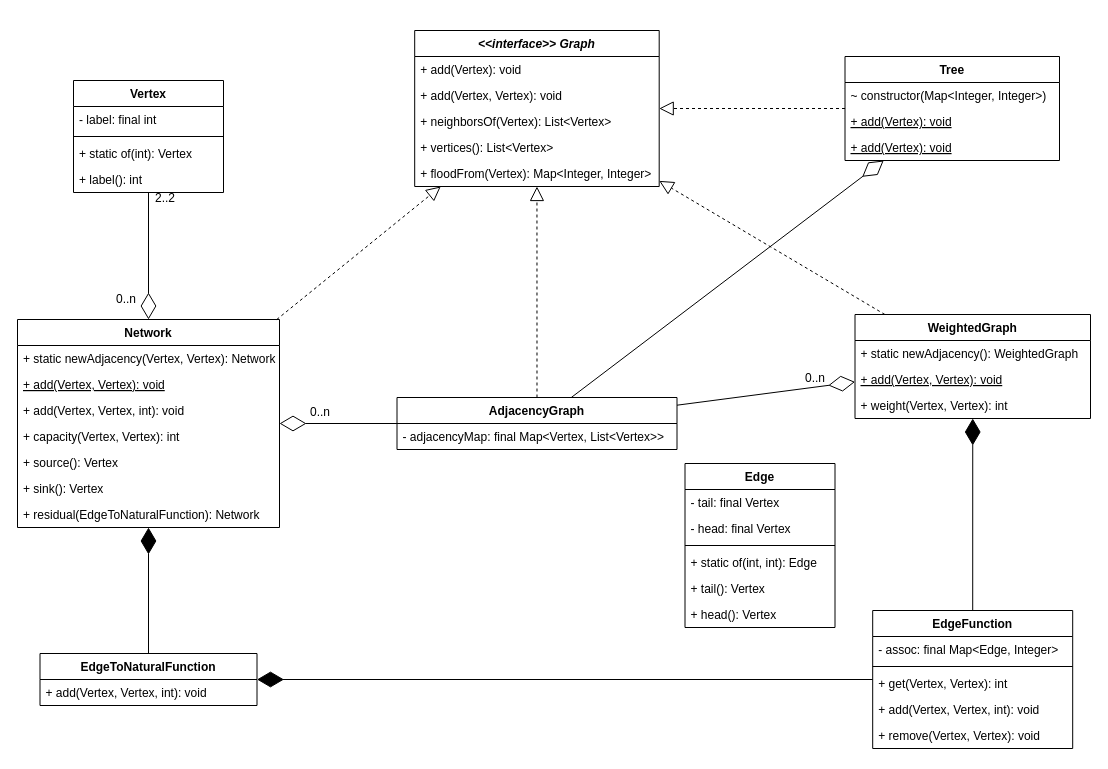
Before: docs/graph.drawio in mgmu/jraf, a draw.io diagram. Source tidied: cells renumbered, new cells numbered last; positions are measured from the earlier drawing's top-left corner, leaving out a move shared by most shapes. Both pictures are drawn from the tidied source at 100%, with x=0, y=0 at pixel (17, 30).
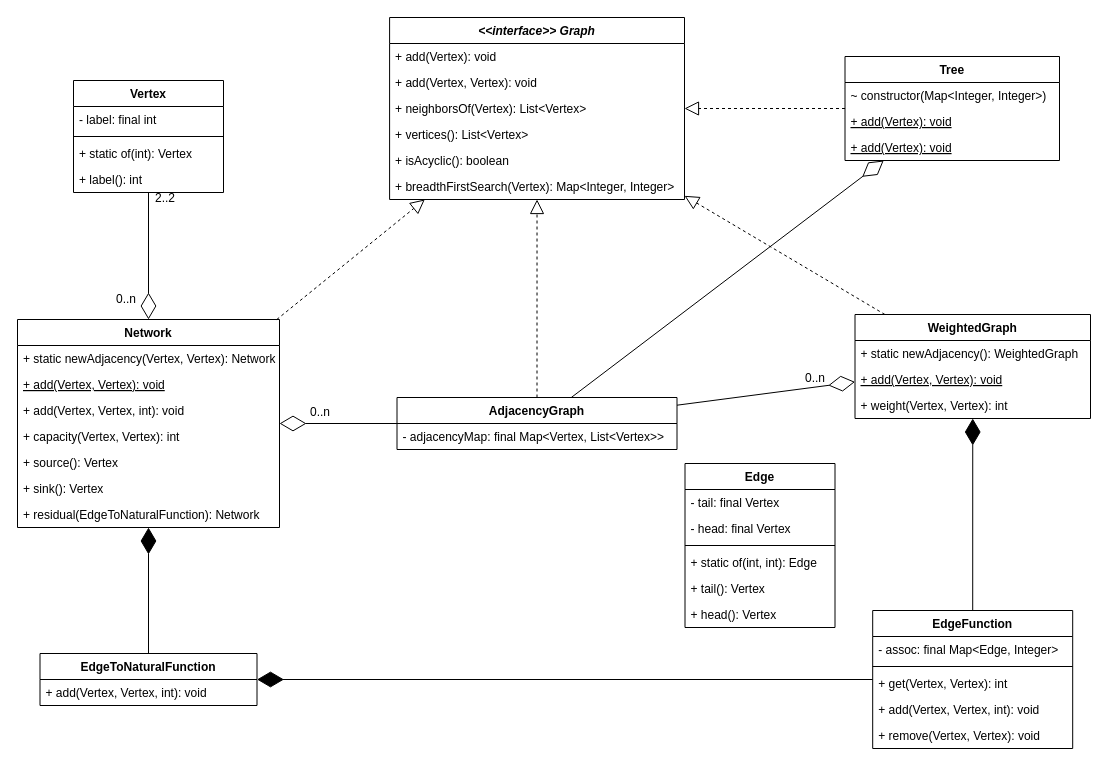
Above is the later version.

Change to the diagram source:
```diff
@@
     <mxCell id="2" value="&lt;&lt;interface&gt;&gt; Graph" style="swimlane;fontStyle=3;align=center;verticalAlign=top;horizontal=1;startSize=26;" parent="1" vertex="1">
-      <mxGeometry x="397.2" width="244.5" height="156" as="geometry" />
+      <mxGeometry x="372.1" y="-13" width="294.9" height="182" as="geometry" />
     </mxCell>
     <mxCell id="3" value="+ add(Vertex): void" style="text;strokeColor=none;fillColor=none;align=left;verticalAlign=top;spacingLeft=4;spacingRight=4;overflow=hidden;" parent="2" vertex="1">
-      <mxGeometry y="26" width="244.5" height="26" as="geometry" />
+      <mxGeometry y="26" width="294.9" height="26" as="geometry" />
     </mxCell>
     <mxCell id="4" value="+ add(Vertex, Vertex): void" style="text;strokeColor=none;fillColor=none;align=left;verticalAlign=top;spacingLeft=4;spacingRight=4;overflow=hidden;" parent="2" vertex="1">
-      <mxGeometry y="52" width="244.5" height="26" as="geometry" />
+      <mxGeometry y="52" width="294.9" height="26" as="geometry" />
     </mxCell>
     <mxCell id="5" value="+ neighborsOf(Vertex): List&lt;Vertex&gt;" style="text;strokeColor=none;fillColor=none;align=left;verticalAlign=top;spacingLeft=4;spacingRight=4;overflow=hidden;" parent="2" vertex="1">
-      <mxGeometry y="78" width="244.5" height="26" as="geometry" />
+      <mxGeometry y="78" width="294.9" height="26" as="geometry" />
     </mxCell>
     <mxCell id="6" value="+ vertices(): List&lt;Vertex&gt;" style="text;strokeColor=none;fillColor=none;align=left;verticalAlign=top;spacingLeft=4;spacingRight=4;overflow=hidden;" parent="2" vertex="1">
-      <mxGeometry y="104" width="244.5" height="26" as="geometry" />
+      <mxGeometry y="104" width="294.9" height="26" as="geometry" />
     </mxCell>
+    <mxCell id="61" value="+ isAcyclic(): boolean" style="text;strokeColor=none;fillColor=none;align=left;verticalAlign=top;spacingLeft=4;spacingRight=4;overflow=hidden;" parent="2" vertex="1">
+      <mxGeometry y="130" width="294.9" height="26" as="geometry" />
+    </mxCell>
-    <mxCell id="7" value="+ floodFrom(Vertex): Map&lt;Integer, Integer&gt;" style="text;strokeColor=none;fillColor=none;align=left;verticalAlign=top;spacingLeft=4;spacingRight=4;overflow=hidden;" parent="2" vertex="1">
-      <mxGeometry y="130" width="244.5" height="26" as="geometry" />
+    <mxCell id="7" value="+ breadthFirstSearch(Vertex): Map&lt;Integer, Integer&gt;" style="text;strokeColor=none;fillColor=none;align=left;verticalAlign=top;spacingLeft=4;spacingRight=4;overflow=hidden;" parent="2" vertex="1">
+      <mxGeometry y="156" width="294.9" height="26" as="geometry" />
     </mxCell>
```
